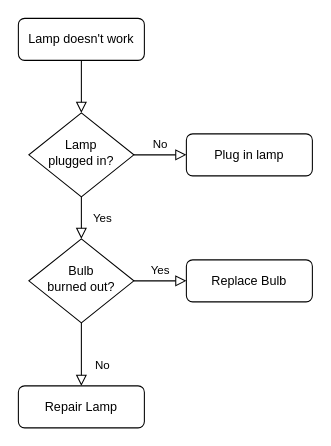
flogus/algorithmeRechercheJavaScript keeps this draw.io diagram as Untitled Diagram.drawio. Above is the earlier version. Source tidied: cells renumbered, new cells numbered last; positions are measured from the earlier drawing's top-left corner, leaving out a move shared by most shapes. Both pictures are drawn from the tidied source at 105%, with x=0, y=0 at pixel (18, 18).
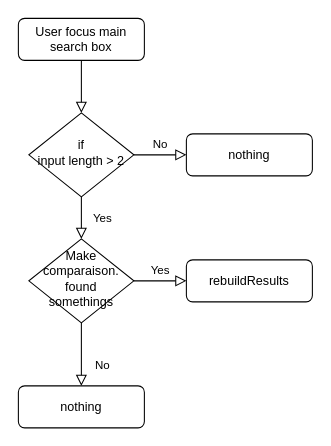
The same page after the edit.

Diff of the diagram source:
```diff
@@
 <mxGraphModel>
   <root>
     <mxCell id="0" />
     <mxCell id="1" parent="0" />
     <mxCell id="2" style="rounded=0;html=1;jettySize=auto;fontSize=11;endArrow=block;endFill=0;endSize=8;strokeWidth=1;shadow=0;labelBackgroundColor=none;edgeStyle=orthogonalEdgeStyle;" parent="1" edge="1" source="3" target="6">
       <mxGeometry relative="1" as="geometry" />
     </mxCell>
-    <mxCell id="3" value="Lamp doesn't work" style="rounded=1;whiteSpace=wrap;html=1;fontSize=12;glass=0;strokeWidth=1;shadow=0;" parent="1" vertex="1">
+    <mxCell id="3" value="User focus main search box" style="rounded=1;whiteSpace=wrap;html=1;fontSize=12;glass=0;strokeWidth=1;shadow=0;" parent="1" vertex="1">
       <mxGeometry width="120" height="40" as="geometry" />
     </mxCell>
     <mxCell id="4" value="Yes" style="rounded=0;html=1;jettySize=auto;fontSize=11;endArrow=block;endFill=0;endSize=8;strokeWidth=1;shadow=0;labelBackgroundColor=none;edgeStyle=orthogonalEdgeStyle;" parent="1" edge="1" source="6" target="10">
       <mxGeometry y="20" relative="1" as="geometry" />
     </mxCell>
     <mxCell id="5" value="No" style="edgeStyle=orthogonalEdgeStyle;rounded=0;html=1;jettySize=auto;fontSize=11;endArrow=block;endFill=0;endSize=8;strokeWidth=1;shadow=0;labelBackgroundColor=none;" parent="1" edge="1" source="6" target="7">
       <mxGeometry y="10" relative="1" as="geometry" />
     </mxCell>
-    <mxCell id="6" value="Lamp&lt;br&gt;plugged in?" style="rhombus;whiteSpace=wrap;html=1;shadow=0;fontFamily=Helvetica;fontSize=12;align=center;strokeWidth=1;spacing=6;spacingTop=-4;" parent="1" vertex="1">
+    <mxCell id="6" value="if&lt;br&gt;input length &amp;gt; 2" style="rhombus;whiteSpace=wrap;html=1;shadow=0;fontFamily=Helvetica;fontSize=12;align=center;strokeWidth=1;spacing=6;spacingTop=-4;" parent="1" vertex="1">
       <mxGeometry x="10" y="90" width="100" height="80" as="geometry" />
     </mxCell>
-    <mxCell id="7" value="Plug in lamp" style="rounded=1;whiteSpace=wrap;html=1;fontSize=12;glass=0;strokeWidth=1;shadow=0;" parent="1" vertex="1">
+    <mxCell id="7" value="nothing" style="rounded=1;whiteSpace=wrap;html=1;fontSize=12;glass=0;strokeWidth=1;shadow=0;" parent="1" vertex="1">
       <mxGeometry x="160" y="110" width="120" height="40" as="geometry" />
     </mxCell>
     <mxCell id="8" value="No" style="rounded=0;html=1;jettySize=auto;fontSize=11;endArrow=block;endFill=0;endSize=8;strokeWidth=1;shadow=0;labelBackgroundColor=none;edgeStyle=orthogonalEdgeStyle;" parent="1" edge="1" source="10" target="11">
       <mxGeometry x="0.33" y="20" relative="1" as="geometry" />
     </mxCell>
     <mxCell id="9" value="Yes" style="edgeStyle=orthogonalEdgeStyle;rounded=0;html=1;jettySize=auto;fontSize=11;endArrow=block;endFill=0;endSize=8;strokeWidth=1;shadow=0;labelBackgroundColor=none;" parent="1" edge="1" source="10" target="12">
       <mxGeometry y="10" relative="1" as="geometry" />
     </mxCell>
-    <mxCell id="10" value="Bulb&lt;br&gt;burned out?" style="rhombus;whiteSpace=wrap;html=1;shadow=0;fontFamily=Helvetica;fontSize=12;align=center;strokeWidth=1;spacing=6;spacingTop=-4;" parent="1" vertex="1">
+    <mxCell id="10" value="Make comparaison.&lt;br&gt;found somethings" style="rhombus;whiteSpace=wrap;html=1;shadow=0;fontFamily=Helvetica;fontSize=12;align=center;strokeWidth=1;spacing=6;spacingTop=-4;" parent="1" vertex="1">
       <mxGeometry x="10" y="210" width="100" height="80" as="geometry" />
     </mxCell>
-    <mxCell id="11" value="Repair Lamp" style="rounded=1;whiteSpace=wrap;html=1;fontSize=12;glass=0;strokeWidth=1;shadow=0;" parent="1" vertex="1">
+    <mxCell id="11" value="nothing" style="rounded=1;whiteSpace=wrap;html=1;fontSize=12;glass=0;strokeWidth=1;shadow=0;" parent="1" vertex="1">
       <mxGeometry y="350" width="120" height="40" as="geometry" />
     </mxCell>
-    <mxCell id="12" value="Replace Bulb" style="rounded=1;whiteSpace=wrap;html=1;fontSize=12;glass=0;strokeWidth=1;shadow=0;" parent="1" vertex="1">
+    <mxCell id="12" value="rebuildResults" style="rounded=1;whiteSpace=wrap;html=1;fontSize=12;glass=0;strokeWidth=1;shadow=0;" parent="1" vertex="1">
       <mxGeometry x="160" y="230" width="120" height="40" as="geometry" />
     </mxCell>
   </root>
 </mxGraphModel>
```
